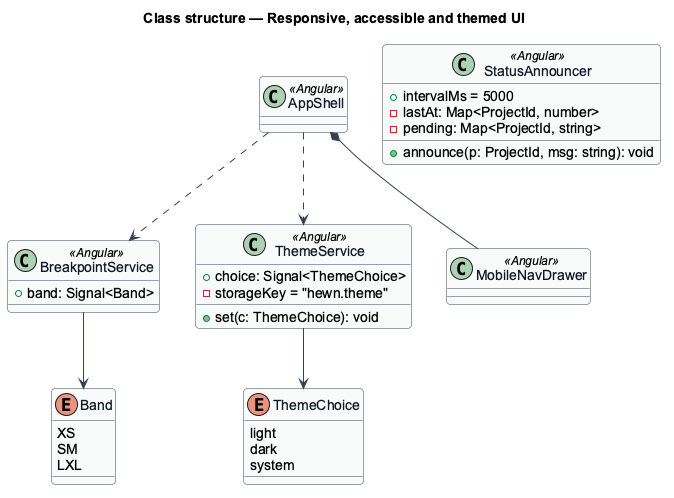
Before: docs/detailed-designs/mission-control/responsive-accessible-ui/diagrams/class-structure.png, a diagram exported from PlantUML (QuinntyneBrown/hewn).
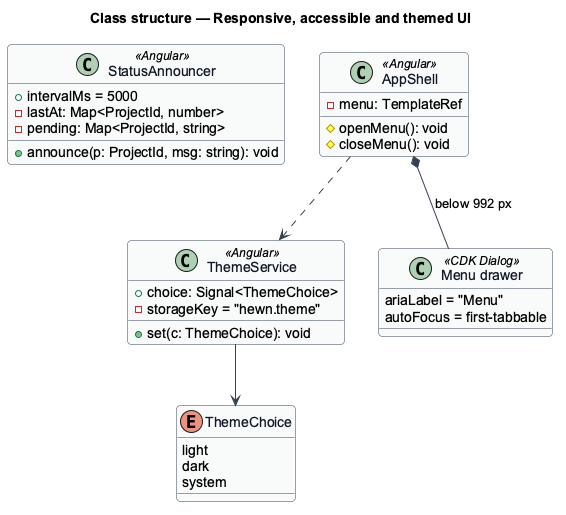
The same file after the commit.

Diff of the diagram source:
```diff
@@ -11,14 +11,6 @@
 }
 title Class structure — Responsive, accessible and themed UI
 
-enum Band {
-  XS
-  SM
-  LXL
-}
-class BreakpointService <<Angular>> {
-  +band: Signal<Band>
-}
 class StatusAnnouncer <<Angular>> {
   +intervalMs = 5000
   +announce(p: ProjectId, msg: string): void
@@ -35,11 +27,16 @@
   +set(c: ThemeChoice): void
   -storageKey = "hewn.theme"
 }
-class AppShell <<Angular>>
-class MobileNavDrawer <<Angular>>
-BreakpointService --> Band
+class AppShell <<Angular>> {
+  -menu: TemplateRef
+  #openMenu(): void
+  #closeMenu(): void
+}
+class "Menu drawer" as MenuDrawer <<CDK Dialog>> {
+  ariaLabel = "Menu"
+  autoFocus = first-tabbable
+}
 ThemeService --> ThemeChoice
-AppShell ..> BreakpointService
-AppShell *-- MobileNavDrawer
+AppShell *-- MenuDrawer : below 992 px
 AppShell ..> ThemeService
 @enduml
```
